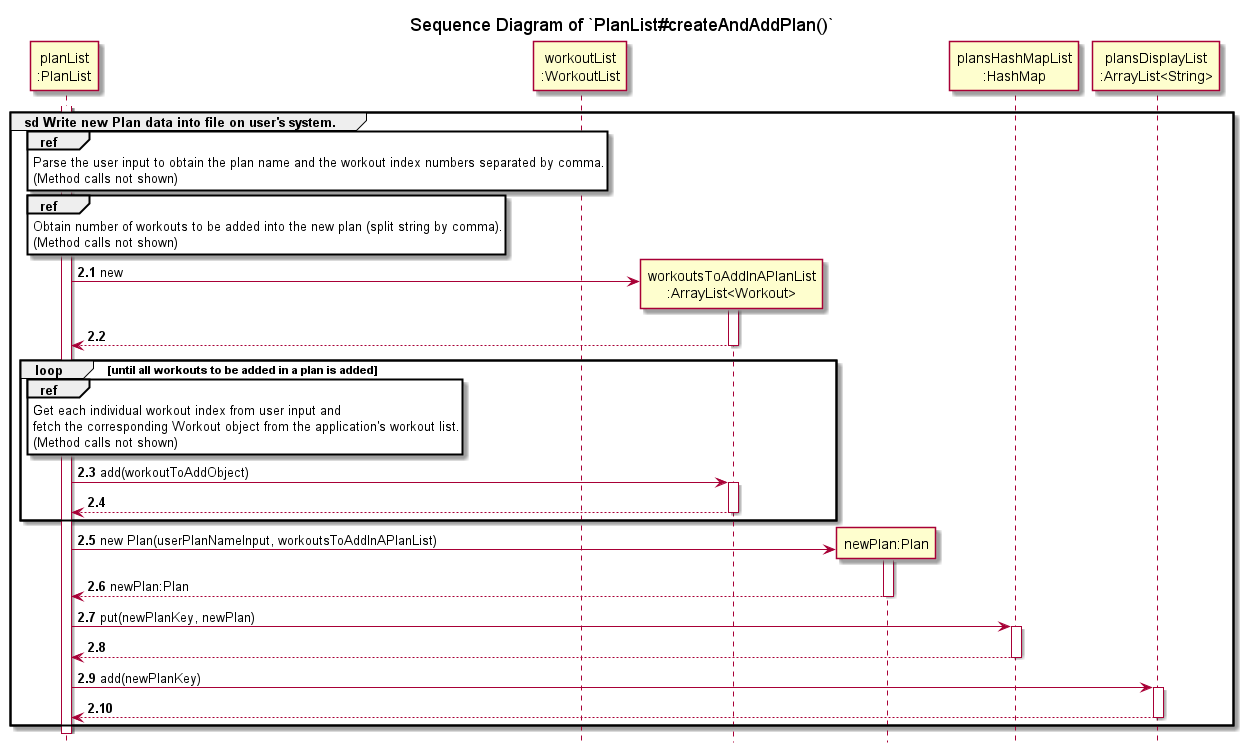
nus-cs2113-AY2122S2/tp keeps this PlantUML diagram as docs/uml/sequenceDiagrams/plans/images/createPlan-Part2.png. Above is the earlier version.
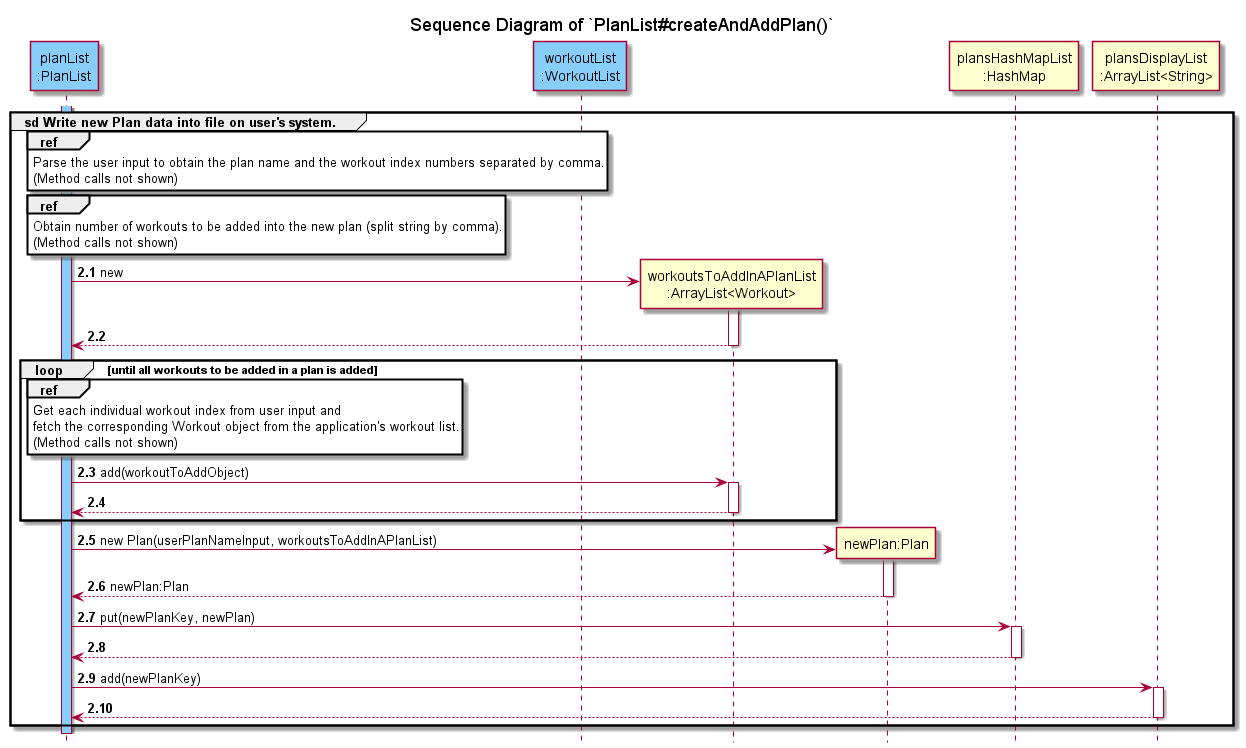
Above is the later version.

Change to the diagram source:
```diff
@@ -6,10 +6,10 @@
 title Sequence Diagram of `PlanList#createAndAddPlan()`
 hide footbox
 
-participant "planList\n:PlanList" AS pl
-participant "workoutList\n:WorkoutList" AS wl
+participant "planList\n:PlanList" AS pl #LightSkyBlue
+participant "workoutList\n:WorkoutList" AS wl #LightSkyBlue
 
-activate pl
+activate pl #LightSkyBlue
 group sd Write new Plan data into file on user's system.
 
 ref over pl
```
